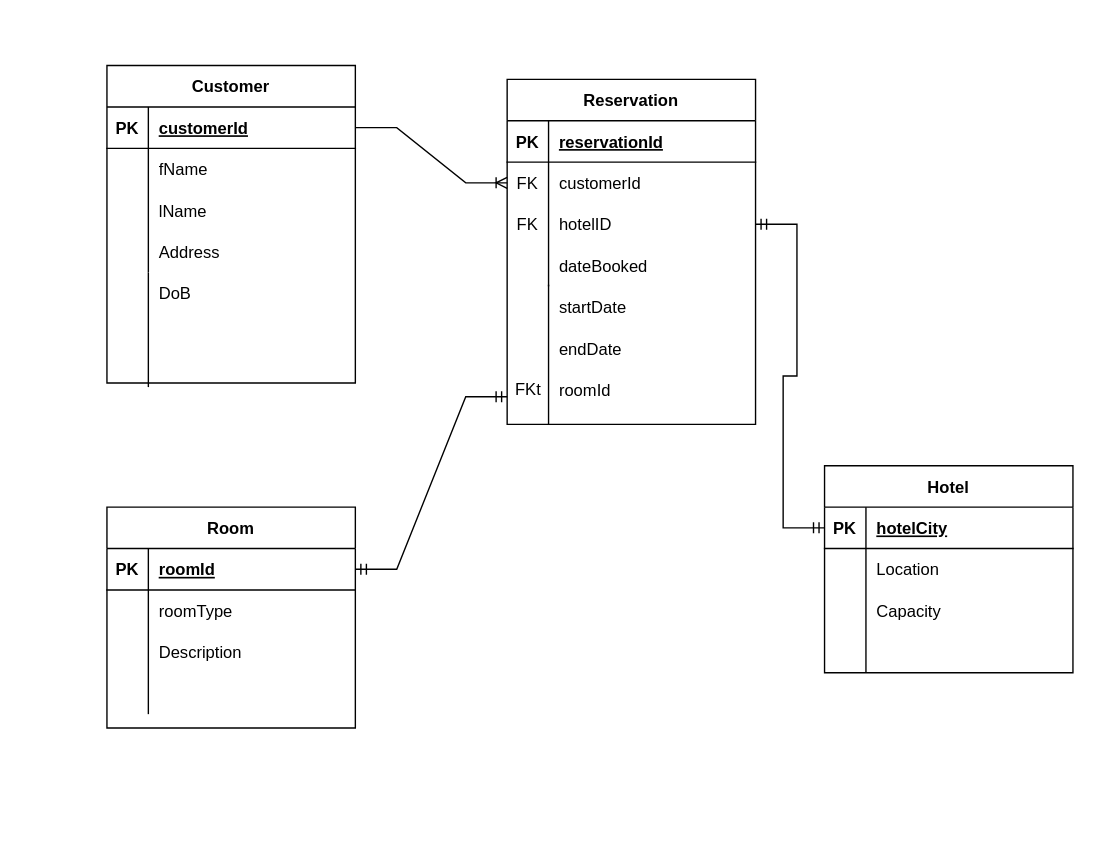
Earlier version of the draw.io diagram Database/Design/ERD Second-Draft.drawio (jackd0uet/HorizonHotels). Source tidied: cells renumbered, new cells numbered last; positions are measured from the earlier drawing's top-left corner, leaving out a move shared by most shapes. Both pictures are drawn from the tidied source at 138%, with x=0, y=0 at pixel (106, 65).
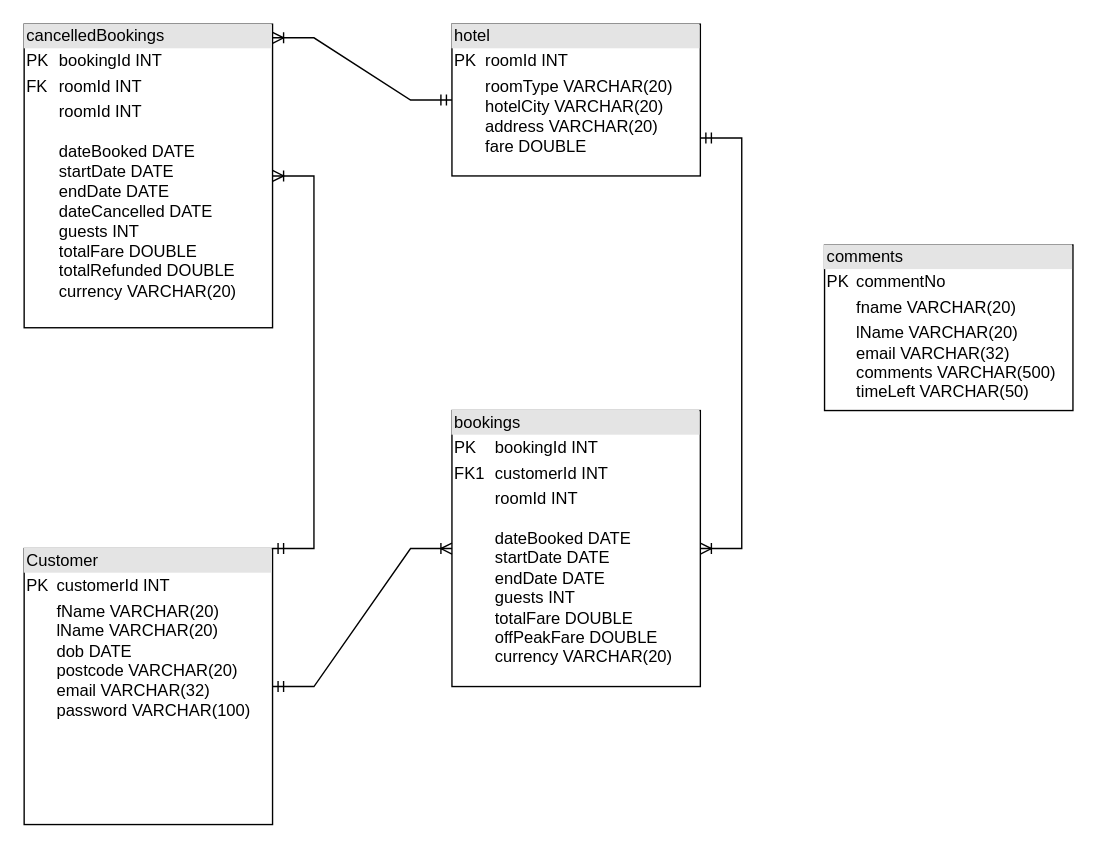
The same page after the edit.

What changed in the source:
```diff
@@
-    <mxCell id="2" value="Customer" style="shape=table;startSize=30;childLayout=tableLayout;rowLines=0;fontStyle=1;align=center;" parent="1" vertex="1">
-      <mxGeometry width="180" height="230" as="geometry" />
-    </mxCell>
-    <mxCell id="3" style="shape=partialRectangle;fillColor=none;top=0;left=0;bottom=1;right=0;points=[[0,0.5],[1,0.5]];portConstraint=eastwest;" parent="2" vertex="1">
-      <mxGeometry y="30" width="180" height="30" as="geometry" />
-    </mxCell>
-    <mxCell id="4" value="PK" style="shape=partialRectangle;fillColor=none;top=0;left=0;bottom=0;right=0;fontStyle=1;overflow=hidden;" parent="3" vertex="1">
-      <mxGeometry width="30" height="30" as="geometry" />
-    </mxCell>
-    <mxCell id="5" value="customerId" style="shape=partialRectangle;fillColor=none;top=0;left=0;bottom=0;right=0;align=left;spacingLeft=6;fontStyle=5;overflow=hidden;" parent="3" vertex="1">
-      <mxGeometry x="30" width="150" height="30" as="geometry" />
-    </mxCell>
-    <mxCell id="6" style="shape=partialRectangle;fillColor=none;top=0;left=0;bottom=0;right=0;" parent="2" vertex="1">
-      <mxGeometry y="60" width="180" height="30" as="geometry" />
-    </mxCell>
-    <mxCell id="7" style="shape=partialRectangle;fillColor=none;top=0;left=0;bottom=0;right=0;overflow=hidden;" parent="6" vertex="1">
-      <mxGeometry width="30" height="30" as="geometry" />
-    </mxCell>
-    <mxCell id="8" value="fName" style="shape=partialRectangle;fillColor=none;top=0;left=0;bottom=0;right=0;align=left;spacingLeft=6;overflow=hidden;" parent="6" vertex="1">
-      <mxGeometry x="30" width="150" height="30" as="geometry" />
-    </mxCell>
-    <mxCell id="9" style="shape=partialRectangle;fillColor=none;top=0;left=0;bottom=0;right=0;" parent="2" vertex="1">
-      <mxGeometry y="90" width="180" height="30" as="geometry" />
-    </mxCell>
-    <mxCell id="10" style="shape=partialRectangle;fillColor=none;top=0;left=0;bottom=0;right=0;overflow=hidden;" parent="9" vertex="1">
-      <mxGeometry width="30" height="30" as="geometry" />
-    </mxCell>
-    <mxCell id="11" value="lName" style="shape=partialRectangle;fillColor=none;top=0;left=0;bottom=0;right=0;align=left;spacingLeft=6;overflow=hidden;" parent="9" vertex="1">
-      <mxGeometry x="30" width="150" height="30" as="geometry" />
-    </mxCell>
-    <mxCell id="12" style="shape=partialRectangle;fillColor=none;top=0;left=0;bottom=0;right=0;" parent="2" vertex="1">
-      <mxGeometry y="120" width="180" height="30" as="geometry" />
-    </mxCell>
-    <mxCell id="13" style="shape=partialRectangle;fillColor=none;top=0;left=0;bottom=0;right=0;overflow=hidden;" parent="12" vertex="1">
-      <mxGeometry width="30" height="30" as="geometry" />
-    </mxCell>
-    <mxCell id="14" style="shape=partialRectangle;fillColor=none;top=0;left=0;bottom=0;right=0;align=left;spacingLeft=6;overflow=hidden;" parent="12" vertex="1">
-      <mxGeometry x="30" width="150" height="30" as="geometry" />
-    </mxCell>
-    <mxCell id="15" style="shape=partialRectangle;fillColor=none;top=0;left=0;bottom=0;right=0;" parent="1" vertex="1">
-      <mxGeometry y="120" width="180" height="30" as="geometry" />
-    </mxCell>
-    <mxCell id="16" style="shape=partialRectangle;fillColor=none;top=0;left=0;bottom=0;right=0;overflow=hidden;" parent="15" vertex="1">
-      <mxGeometry width="30" height="30" as="geometry" />
-    </mxCell>
-    <mxCell id="17" value="Address" style="shape=partialRectangle;fillColor=none;top=0;left=0;bottom=0;right=0;align=left;spacingLeft=6;overflow=hidden;" parent="15" vertex="1">
-      <mxGeometry x="30" width="150" height="30" as="geometry" />
-    </mxCell>
-    <mxCell id="18" style="shape=partialRectangle;fillColor=none;top=0;left=0;bottom=0;right=0;" parent="1" vertex="1">
-      <mxGeometry y="150" width="180" height="30" as="geometry" />
-    </mxCell>
-    <mxCell id="19" style="shape=partialRectangle;fillColor=none;top=0;left=0;bottom=0;right=0;overflow=hidden;" parent="18" vertex="1">
-      <mxGeometry width="30" height="30" as="geometry" />
-    </mxCell>
-    <mxCell id="20" value="DoB" style="shape=partialRectangle;fillColor=none;top=0;left=0;bottom=0;right=0;align=left;spacingLeft=6;overflow=hidden;" parent="18" vertex="1">
-      <mxGeometry x="30" width="150" height="30" as="geometry" />
-    </mxCell>
-    <mxCell id="21" style="endArrow=none;html=1;rounded=0;" parent="1" edge="1">
-      <mxGeometry relative="1" as="geometry">
-        <mxPoint x="30" y="150" as="sourcePoint" />
-        <mxPoint x="30" y="233" as="targetPoint" />
-      </mxGeometry>
-    </mxCell>
-    <mxCell id="22" value="Room" style="shape=table;startSize=30;childLayout=tableLayout;rowLines=0;fontStyle=1;align=center;" parent="1" vertex="1">
-      <mxGeometry y="320" width="180" height="160" as="geometry" />
-    </mxCell>
-    <mxCell id="23" style="shape=partialRectangle;fillColor=none;top=0;left=0;bottom=1;right=0;points=[[0,0.5],[1,0.5]];portConstraint=eastwest;" parent="22" vertex="1">
-      <mxGeometry y="30" width="180" height="30" as="geometry" />
-    </mxCell>
-    <mxCell id="24" value="PK" style="shape=partialRectangle;fillColor=none;top=0;left=0;bottom=0;right=0;fontStyle=1;overflow=hidden;" parent="23" vertex="1">
-      <mxGeometry width="30" height="30" as="geometry" />
-    </mxCell>
-    <mxCell id="25" value="roomId" style="shape=partialRectangle;fillColor=none;top=0;left=0;bottom=0;right=0;align=left;spacingLeft=6;fontStyle=5;overflow=hidden;" parent="23" vertex="1">
-      <mxGeometry x="30" width="150" height="30" as="geometry" />
-    </mxCell>
-    <mxCell id="26" style="shape=partialRectangle;fillColor=none;top=0;left=0;bottom=0;right=0;" parent="22" vertex="1">
-      <mxGeometry y="60" width="180" height="30" as="geometry" />
-    </mxCell>
-    <mxCell id="27" style="shape=partialRectangle;fillColor=none;top=0;left=0;bottom=0;right=0;overflow=hidden;" parent="26" vertex="1">
-      <mxGeometry width="30" height="30" as="geometry" />
-    </mxCell>
-    <mxCell id="28" value="roomType" style="shape=partialRectangle;fillColor=none;top=0;left=0;bottom=0;right=0;align=left;spacingLeft=6;overflow=hidden;" parent="26" vertex="1">
-      <mxGeometry x="30" width="150" height="30" as="geometry" />
-    </mxCell>
-    <mxCell id="29" style="shape=partialRectangle;fillColor=none;top=0;left=0;bottom=0;right=0;" parent="22" vertex="1">
-      <mxGeometry y="90" width="180" height="30" as="geometry" />
-    </mxCell>
-    <mxCell id="30" style="shape=partialRectangle;fillColor=none;top=0;left=0;bottom=0;right=0;overflow=hidden;" parent="29" vertex="1">
-      <mxGeometry width="30" height="30" as="geometry" />
-    </mxCell>
-    <mxCell id="31" value="Description" style="shape=partialRectangle;fillColor=none;top=0;left=0;bottom=0;right=0;align=left;spacingLeft=6;overflow=hidden;" parent="29" vertex="1">
-      <mxGeometry x="30" width="150" height="30" as="geometry" />
-    </mxCell>
-    <mxCell id="32" style="shape=partialRectangle;fillColor=none;top=0;left=0;bottom=0;right=0;" parent="22" vertex="1">
-      <mxGeometry y="120" width="180" height="30" as="geometry" />
-    </mxCell>
-    <mxCell id="33" style="shape=partialRectangle;fillColor=none;top=0;left=0;bottom=0;right=0;overflow=hidden;" parent="32" vertex="1">
-      <mxGeometry width="30" height="30" as="geometry" />
-    </mxCell>
-    <mxCell id="34" style="shape=partialRectangle;fillColor=none;top=0;left=0;bottom=0;right=0;align=left;spacingLeft=6;overflow=hidden;" parent="32" vertex="1">
-      <mxGeometry x="30" width="150" height="30" as="geometry" />
-    </mxCell>
-    <mxCell id="35" value="Reservation" style="shape=table;startSize=30;childLayout=tableLayout;rowLines=0;fontStyle=1;align=center;" parent="1" vertex="1">
-      <mxGeometry x="290" y="10" width="180" height="250" as="geometry" />
-    </mxCell>
-    <mxCell id="36" style="shape=partialRectangle;fillColor=none;top=0;left=0;bottom=1;right=0;" parent="35" vertex="1">
-      <mxGeometry y="30" width="180" height="30" as="geometry" />
-    </mxCell>
-    <mxCell id="37" value="PK" style="shape=partialRectangle;fillColor=none;top=0;left=0;bottom=0;right=0;fontStyle=1;overflow=hidden;" parent="36" vertex="1">
-      <mxGeometry width="30" height="30" as="geometry" />
-    </mxCell>
-    <mxCell id="38" value="reservationId" style="shape=partialRectangle;fillColor=none;top=0;left=0;bottom=0;right=0;align=left;spacingLeft=6;fontStyle=5;overflow=hidden;" parent="36" vertex="1">
-      <mxGeometry x="30" width="150" height="30" as="geometry" />
-    </mxCell>
-    <mxCell id="39" style="shape=partialRectangle;fillColor=none;top=0;left=0;bottom=0;right=0;points=[[0,0.5],[1,0.5]];portConstraint=eastwest;" parent="35" vertex="1">
-      <mxGeometry y="60" width="180" height="30" as="geometry" />
-    </mxCell>
-    <mxCell id="40" value="FK" style="shape=partialRectangle;fillColor=none;top=0;left=0;bottom=0;right=0;overflow=hidden;" parent="39" vertex="1">
-      <mxGeometry width="30" height="30" as="geometry" />
-    </mxCell>
-    <mxCell id="41" value="customerId" style="shape=partialRectangle;fillColor=none;top=0;left=0;bottom=0;right=0;align=left;spacingLeft=6;overflow=hidden;" parent="39" vertex="1">
-      <mxGeometry x="30" width="150" height="30" as="geometry" />
-    </mxCell>
-    <mxCell id="42" style="shape=partialRectangle;fillColor=none;top=0;left=0;bottom=0;right=0;" parent="35" vertex="1">
-      <mxGeometry y="90" width="180" height="30" as="geometry" />
-    </mxCell>
-    <mxCell id="43" value="FK" style="shape=partialRectangle;fillColor=none;top=0;left=0;bottom=0;right=0;overflow=hidden;" parent="42" vertex="1">
-      <mxGeometry width="30" height="30" as="geometry" />
-    </mxCell>
-    <mxCell id="44" style="shape=partialRectangle;fillColor=none;top=0;left=0;bottom=0;right=0;align=left;spacingLeft=6;overflow=hidden;" parent="42" vertex="1">
-      <mxGeometry x="30" width="150" height="30" as="geometry" />
-    </mxCell>
-    <mxCell id="45" style="shape=partialRectangle;fillColor=none;top=0;left=0;bottom=0;right=0;" parent="35" vertex="1">
-      <mxGeometry y="120" width="180" height="30" as="geometry" />
-    </mxCell>
-    <mxCell id="46" style="shape=partialRectangle;fillColor=none;top=0;left=0;bottom=0;right=0;overflow=hidden;" parent="45" vertex="1">
-      <mxGeometry width="30" height="30" as="geometry" />
-    </mxCell>
-    <mxCell id="47" value="dateBooked" style="shape=partialRectangle;fillColor=none;top=0;left=0;bottom=0;right=0;align=left;spacingLeft=6;overflow=hidden;" parent="45" vertex="1">
-      <mxGeometry x="30" width="150" height="30" as="geometry" />
-    </mxCell>
-    <mxCell id="48" value="startDate" style="shape=partialRectangle;fillColor=none;top=0;left=0;bottom=0;right=0;align=left;spacingLeft=6;overflow=hidden;" parent="1" vertex="1">
-      <mxGeometry x="320" y="160" width="150" height="30" as="geometry" />
-    </mxCell>
-    <mxCell id="49" value="endDate" style="shape=partialRectangle;fillColor=none;top=0;left=0;bottom=0;right=0;align=left;spacingLeft=6;overflow=hidden;" parent="1" vertex="1">
-      <mxGeometry x="320" y="190" width="150" height="30" as="geometry" />
-    </mxCell>
-    <mxCell id="50" style="endArrow=none;html=1;rounded=0;" parent="1" edge="1">
-      <mxGeometry relative="1" as="geometry">
-        <mxPoint x="320" y="260" as="sourcePoint" />
-        <mxPoint x="320" y="158.8" as="targetPoint" />
-      </mxGeometry>
-    </mxCell>
-    <mxCell id="51" value="Hotel" style="shape=table;startSize=30;childLayout=tableLayout;rowLines=0;fontStyle=1;align=center;" parent="1" vertex="1">
-      <mxGeometry x="520" y="290" width="180" height="150" as="geometry" />
-    </mxCell>
-    <mxCell id="52" style="shape=partialRectangle;fillColor=none;top=0;left=0;bottom=1;right=0;points=[[0,0.5],[1,0.5]];portConstraint=eastwest;" parent="51" vertex="1">
-      <mxGeometry y="30" width="180" height="30" as="geometry" />
-    </mxCell>
-    <mxCell id="53" value="PK" style="shape=partialRectangle;fillColor=none;top=0;left=0;bottom=0;right=0;fontStyle=1;overflow=hidden;" parent="52" vertex="1">
-      <mxGeometry width="30" height="30" as="geometry" />
-    </mxCell>
-    <mxCell id="54" value="hotelCity" style="shape=partialRectangle;fillColor=none;top=0;left=0;bottom=0;right=0;align=left;spacingLeft=6;fontStyle=5;overflow=hidden;" parent="52" vertex="1">
-      <mxGeometry x="30" width="150" height="30" as="geometry" />
-    </mxCell>
-    <mxCell id="55" style="shape=partialRectangle;fillColor=none;top=0;left=0;bottom=0;right=0;" parent="51" vertex="1">
-      <mxGeometry y="60" width="180" height="30" as="geometry" />
-    </mxCell>
-    <mxCell id="56" style="shape=partialRectangle;fillColor=none;top=0;left=0;bottom=0;right=0;overflow=hidden;" parent="55" vertex="1">
-      <mxGeometry width="30" height="30" as="geometry" />
-    </mxCell>
-    <mxCell id="57" value="Location" style="shape=partialRectangle;fillColor=none;top=0;left=0;bottom=0;right=0;align=left;spacingLeft=6;overflow=hidden;" parent="55" vertex="1">
-      <mxGeometry x="30" width="150" height="30" as="geometry" />
-    </mxCell>
-    <mxCell id="58" style="shape=partialRectangle;fillColor=none;top=0;left=0;bottom=0;right=0;" parent="51" vertex="1">
-      <mxGeometry y="90" width="180" height="30" as="geometry" />
-    </mxCell>
-    <mxCell id="59" style="shape=partialRectangle;fillColor=none;top=0;left=0;bottom=0;right=0;overflow=hidden;" parent="58" vertex="1">
-      <mxGeometry width="30" height="30" as="geometry" />
-    </mxCell>
-    <mxCell id="60" value="Capacity" style="shape=partialRectangle;fillColor=none;top=0;left=0;bottom=0;right=0;align=left;spacingLeft=6;overflow=hidden;" parent="58" vertex="1">
-      <mxGeometry x="30" width="150" height="30" as="geometry" />
-    </mxCell>
-    <mxCell id="61" style="shape=partialRectangle;fillColor=none;top=0;left=0;bottom=0;right=0;" parent="51" vertex="1">
-      <mxGeometry y="120" width="180" height="30" as="geometry" />
-    </mxCell>
-    <mxCell id="62" style="shape=partialRectangle;fillColor=none;top=0;left=0;bottom=0;right=0;overflow=hidden;" parent="61" vertex="1">
-      <mxGeometry width="30" height="30" as="geometry" />
-    </mxCell>
-    <mxCell id="63" style="shape=partialRectangle;fillColor=none;top=0;left=0;bottom=0;right=0;align=left;spacingLeft=6;overflow=hidden;" parent="61" vertex="1">
-      <mxGeometry x="30" width="150" height="30" as="geometry" />
-    </mxCell>
-    <mxCell id="64" value="hotelID" style="shape=partialRectangle;fillColor=none;top=0;left=0;bottom=0;right=0;align=left;spacingLeft=6;overflow=hidden;" parent="1" vertex="1">
-      <mxGeometry x="320" y="100" width="150" height="30" as="geometry" />
-    </mxCell>
-    <mxCell id="65" style="edgeStyle=entityRelationEdgeStyle;fontSize=12;html=1;endArrow=ERoneToMany;rounded=0;exitX=1;exitY=0.5;exitDx=0;exitDy=0;entryX=0;entryY=0.5;entryDx=0;entryDy=0;" parent="1" edge="1" source="3" target="39">
-      <mxGeometry relative="1" as="geometry" />
-    </mxCell>
@@
-    <mxCell id="67" style="edgeStyle=entityRelationEdgeStyle;fontSize=12;html=1;endArrow=ERmandOne;startArrow=ERmandOne;rounded=0;exitX=1;exitY=0.5;exitDx=0;exitDy=0;" parent="1" edge="1" source="23">
-      <mxGeometry relative="1" as="geometry">
-        <mxPoint x="290" y="240" as="targetPoint" />
-      </mxGeometry>
-    </mxCell>
-    <mxCell id="68" value="roomId" style="shape=partialRectangle;fillColor=none;top=0;left=0;bottom=0;right=0;align=left;spacingLeft=6;overflow=hidden;" parent="1" vertex="1">
-      <mxGeometry x="320" y="220" width="150" height="30" as="geometry" />
-    </mxCell>
-    <mxCell id="69" value="FKt" style="text;html=1;align=center;verticalAlign=middle;strokeColor=none;fillColor=none;" parent="1" vertex="1">
-      <mxGeometry x="290" y="225" width="30" height="20" as="geometry" />
-    </mxCell>
-    <mxCell id="70" style="edgeStyle=entityRelationEdgeStyle;fontSize=12;html=1;endArrow=ERmandOne;startArrow=ERmandOne;rounded=0;entryX=0;entryY=0.5;entryDx=0;entryDy=0;" parent="1" edge="1" target="52">
-      <mxGeometry relative="1" as="geometry">
-        <mxPoint x="470" y="115" as="sourcePoint" />
-      </mxGeometry>
-    </mxCell>
+    <mxCell id="71" value="&lt;div style=&quot;box-sizing: border-box ; width: 100% ; background: #e4e4e4 ; padding: 2px&quot;&gt;Customer&lt;/div&gt;&lt;table style=&quot;width: 100% ; font-size: 1em&quot; cellpadding=&quot;2&quot; cellspacing=&quot;0&quot;&gt;&lt;tbody&gt;&lt;tr&gt;&lt;td&gt;PK&lt;/td&gt;&lt;td&gt;customerId INT&lt;/td&gt;&lt;/tr&gt;&lt;tr&gt;&lt;td&gt;&lt;br&gt;&lt;/td&gt;&lt;td&gt;fName VARCHAR(20)&lt;br&gt;lName VARCHAR(20)&lt;br&gt;dob DATE&lt;br&gt;postcode VARCHAR(20)&lt;br&gt;email VARCHAR(32)&lt;br&gt;password VARCHAR(100)&lt;/td&gt;&lt;/tr&gt;&lt;/tbody&gt;&lt;/table&gt;" style="verticalAlign=top;align=left;overflow=fill;html=1;" parent="1" vertex="1">
+      <mxGeometry x="-60" y="350" width="180" height="200" as="geometry" />
+    </mxCell>
+    <mxCell id="72" value="&lt;div style=&quot;box-sizing: border-box ; width: 100% ; background: #e4e4e4 ; padding: 2px&quot;&gt;cancelledBookings&lt;/div&gt;&lt;table style=&quot;width: 100% ; font-size: 1em&quot; cellpadding=&quot;2&quot; cellspacing=&quot;0&quot;&gt;&lt;tbody&gt;&lt;tr&gt;&lt;td&gt;PK&lt;/td&gt;&lt;td&gt;bookingId INT&lt;/td&gt;&lt;/tr&gt;&lt;tr&gt;&lt;td&gt;FK&lt;/td&gt;&lt;td&gt;roomId INT&lt;/td&gt;&lt;/tr&gt;&lt;tr&gt;&lt;td&gt;&lt;/td&gt;&lt;td&gt;roomId INT&lt;br&gt;&lt;br&gt;dateBooked DATE&lt;br&gt;startDate DATE&lt;br&gt;endDate DATE&lt;br&gt;dateCancelled DATE&lt;br&gt;guests INT&lt;br&gt;totalFare DOUBLE&lt;br&gt;totalRefunded DOUBLE&lt;br&gt;currency VARCHAR(20)&lt;/td&gt;&lt;/tr&gt;&lt;/tbody&gt;&lt;/table&gt;" style="verticalAlign=top;align=left;overflow=fill;html=1;" parent="1" vertex="1">
+      <mxGeometry x="-60" y="-30" width="180" height="220" as="geometry" />
+    </mxCell>
+    <mxCell id="73" value="&lt;div style=&quot;box-sizing: border-box ; width: 100% ; background: #e4e4e4 ; padding: 2px&quot;&gt;hotel&lt;/div&gt;&lt;table style=&quot;width: 100% ; font-size: 1em&quot; cellpadding=&quot;2&quot; cellspacing=&quot;0&quot;&gt;&lt;tbody&gt;&lt;tr&gt;&lt;td&gt;PK&lt;/td&gt;&lt;td&gt;roomId INT&lt;/td&gt;&lt;/tr&gt;&lt;tr&gt;&lt;td&gt;&lt;br&gt;&lt;/td&gt;&lt;td&gt;roomType VARCHAR(20)&lt;br&gt;hotelCity VARCHAR(20)&lt;br&gt;address VARCHAR(20)&lt;br&gt;fare DOUBLE&lt;br&gt;&lt;br&gt;&lt;/td&gt;&lt;/tr&gt;&lt;/tbody&gt;&lt;/table&gt;" style="verticalAlign=top;align=left;overflow=fill;html=1;" parent="1" vertex="1">
+      <mxGeometry x="250" y="-30" width="180" height="110" as="geometry" />
+    </mxCell>
+    <mxCell id="74" value="&lt;div style=&quot;box-sizing: border-box ; width: 100% ; background: #e4e4e4 ; padding: 2px&quot;&gt;bookings&lt;/div&gt;&lt;table style=&quot;width: 100% ; font-size: 1em&quot; cellpadding=&quot;2&quot; cellspacing=&quot;0&quot;&gt;&lt;tbody&gt;&lt;tr&gt;&lt;td&gt;PK&lt;/td&gt;&lt;td&gt;bookingId INT&lt;/td&gt;&lt;/tr&gt;&lt;tr&gt;&lt;td&gt;FK1&lt;/td&gt;&lt;td&gt;customerId INT&lt;/td&gt;&lt;/tr&gt;&lt;tr&gt;&lt;td&gt;&lt;/td&gt;&lt;td&gt;roomId INT&lt;br&gt;&lt;br&gt;dateBooked DATE&lt;br&gt;startDate DATE&lt;br&gt;endDate DATE&lt;br&gt;guests INT&lt;br&gt;totalFare DOUBLE&lt;br&gt;offPeakFare DOUBLE&lt;br&gt;currency VARCHAR(20)&lt;br&gt;&lt;br&gt;&lt;br&gt;&lt;br&gt;&lt;br&gt;&lt;br&gt;&lt;br&gt;&lt;/td&gt;&lt;/tr&gt;&lt;/tbody&gt;&lt;/table&gt;" style="verticalAlign=top;align=left;overflow=fill;html=1;" parent="1" vertex="1">
+      <mxGeometry x="250" y="250" width="180" height="200" as="geometry" />
+    </mxCell>
+    <mxCell id="75" value="&lt;div style=&quot;box-sizing: border-box ; width: 100% ; background: #e4e4e4 ; padding: 2px&quot;&gt;comments&lt;/div&gt;&lt;table style=&quot;width: 100% ; font-size: 1em&quot; cellpadding=&quot;2&quot; cellspacing=&quot;0&quot;&gt;&lt;tbody&gt;&lt;tr&gt;&lt;td&gt;PK&lt;/td&gt;&lt;td&gt;commentNo&lt;/td&gt;&lt;/tr&gt;&lt;tr&gt;&lt;td&gt;&lt;br&gt;&lt;/td&gt;&lt;td&gt;fname VARCHAR(20)&lt;/td&gt;&lt;/tr&gt;&lt;tr&gt;&lt;td&gt;&lt;/td&gt;&lt;td&gt;lName VARCHAR(20)&lt;br&gt;email VARCHAR(32)&lt;br&gt;comments VARCHAR(500)&lt;br&gt;timeLeft VARCHAR(50)&lt;/td&gt;&lt;/tr&gt;&lt;/tbody&gt;&lt;/table&gt;" style="verticalAlign=top;align=left;overflow=fill;html=1;" parent="1" vertex="1">
+      <mxGeometry x="520" y="130" width="180" height="120" as="geometry" />
+    </mxCell>
+    <mxCell id="76" style="edgeStyle=entityRelationEdgeStyle;fontSize=12;html=1;endArrow=ERoneToMany;startArrow=ERmandOne;rounded=0;exitX=1;exitY=0.5;exitDx=0;exitDy=0;entryX=0;entryY=0.5;entryDx=0;entryDy=0;" parent="1" edge="1" source="71" target="74">
+      <mxGeometry relative="1" as="geometry" />
+    </mxCell>
+    <mxCell id="77" style="edgeStyle=entityRelationEdgeStyle;fontSize=12;html=1;endArrow=ERoneToMany;startArrow=ERmandOne;rounded=0;exitX=1;exitY=0;exitDx=0;exitDy=0;" parent="1" edge="1" source="71" target="72">
+      <mxGeometry relative="1" as="geometry" />
+    </mxCell>
+    <mxCell id="78" style="edgeStyle=entityRelationEdgeStyle;fontSize=12;html=1;endArrow=ERoneToMany;startArrow=ERmandOne;rounded=0;entryX=1;entryY=0.045;entryDx=0;entryDy=0;exitX=0;exitY=0.5;exitDx=0;exitDy=0;entryPerimeter=0;" parent="1" edge="1" source="73" target="72">
+      <mxGeometry relative="1" as="geometry" />
+    </mxCell>
+    <mxCell id="79" style="edgeStyle=entityRelationEdgeStyle;fontSize=12;html=1;endArrow=ERoneToMany;startArrow=ERmandOne;rounded=0;exitX=1;exitY=0.75;exitDx=0;exitDy=0;" parent="1" edge="1" source="73" target="74">
+      <mxGeometry relative="1" as="geometry" />
+    </mxCell>
```
